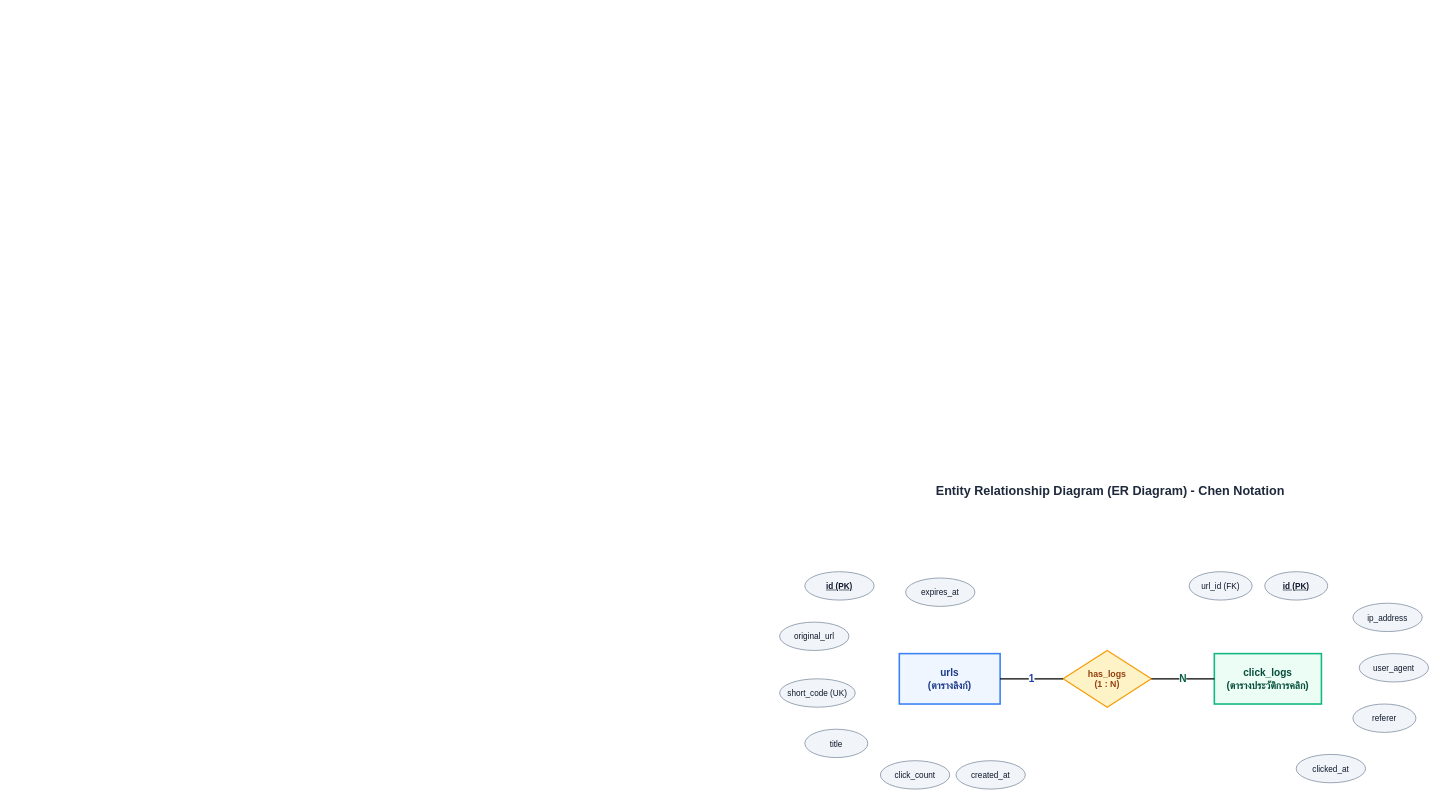
Peerapat2256/synerrytest_Short_URL- keeps this draw.io diagram as er_diagram.drawio. Above is the earlier version. Source tidied: cells renumbered, new cells numbered last; positions are measured from the earlier drawing's top-left corner, leaving out a move shared by most shapes. Both pictures are drawn from the tidied source at 63%, with x=0, y=0 at pixel (779, 477).
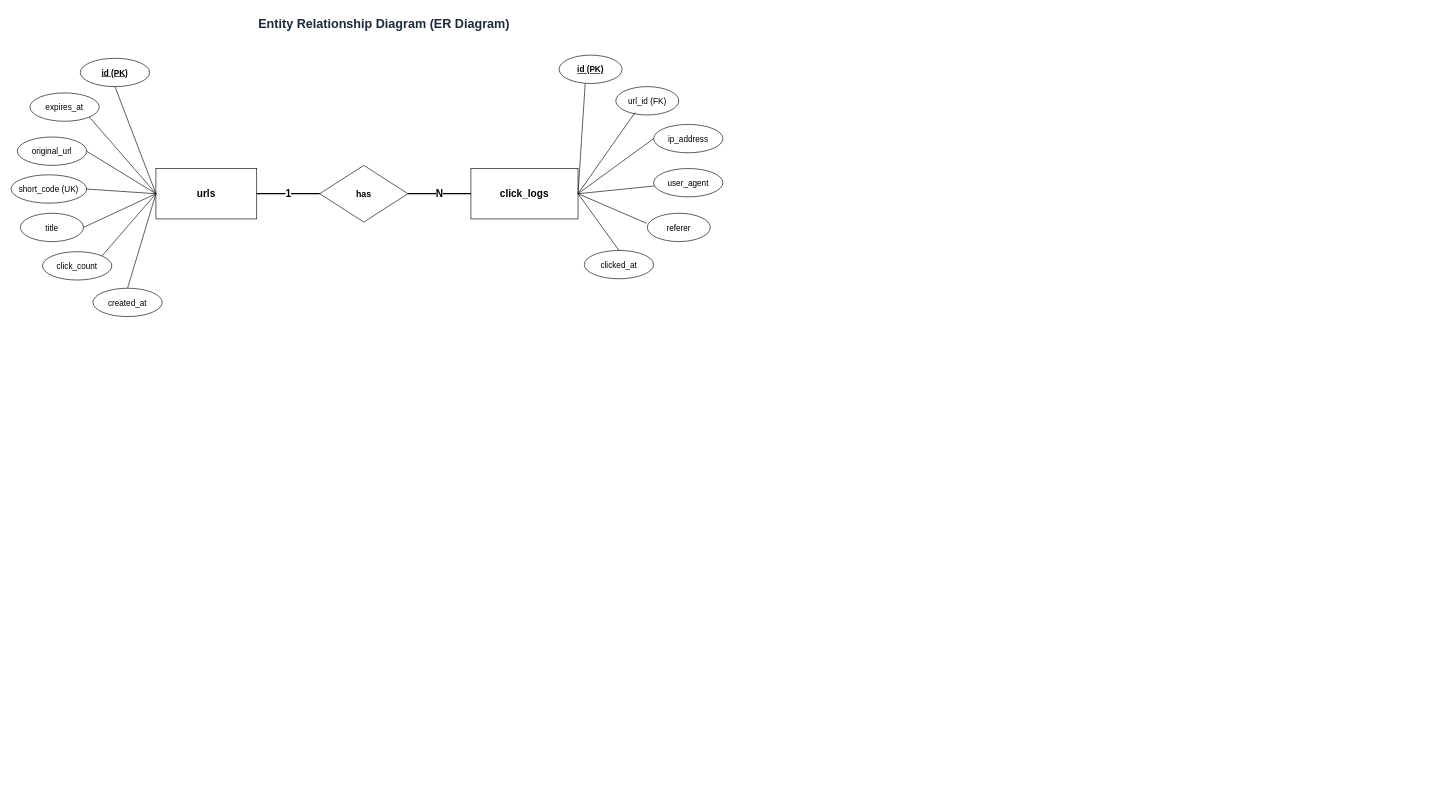
After the change.

Commit message (it also covers changes not shown here):
feat: add click_logs viewer modal and API endpoint

What changed in the source:
```diff
@@
-    <mxCell id="2" value="Entity Relationship Diagram (ER Diagram) - Chen Notation" style="text;html=1;strokeColor=none;fillColor=none;align=center;verticalAlign=middle;whiteSpace=wrap;rounded=0;fontSize=20;fontStyle=1;fontColor=#1E293B;" parent="1" vertex="1">
-      <mxGeometry x="190" width="670" height="40" as="geometry" />
+    <mxCell id="2" value="Entity Relationship Diagram (ER Diagram)&amp;nbsp;" style="text;html=1;strokeColor=none;fillColor=none;align=center;verticalAlign=middle;whiteSpace=wrap;rounded=0;fontSize=20;fontStyle=1;fontColor=#1E293B;" parent="1" vertex="1">
+      <mxGeometry x="-960" y="-740" width="670" height="40" as="geometry" />
     </mxCell>
-    <mxCell id="3" value="urls&#10;(ตารางลิงก์)" style="rounded=0;whiteSpace=wrap;html=1;fontStyle=1;fontSize=16;fillColor=#EFF6FF;strokeColor=#3B82F6;strokeWidth=2.5;fontColor=#1E3A8A;" parent="1" vertex="1">
-      <mxGeometry x="190" y="280" width="160" height="80" as="geometry" />
+    <mxCell id="3" value="urls" style="rounded=0;whiteSpace=wrap;html=1;fontStyle=1;fontSize=16;strokeWidth=1;" parent="1" vertex="1">
+      <mxGeometry x="-990" y="-490" width="160" height="80" as="geometry" />
     </mxCell>
-    <mxCell id="4" value="has_logs&#10;(1 : N)" style="rhombus;whiteSpace=wrap;html=1;fontStyle=1;fontSize=14;fillColor=#FEF3C7;strokeColor=#F59E0B;strokeWidth=2;fontColor=#92400E;" parent="1" vertex="1">
-      <mxGeometry x="450" y="275" width="140" height="90" as="geometry" />
+    <mxCell id="4" value="has" style="rhombus;whiteSpace=wrap;html=1;fontStyle=1;fontSize=14;strokeWidth=1;" parent="1" vertex="1">
+      <mxGeometry x="-730" y="-495" width="140" height="90" as="geometry" />
     </mxCell>
-    <mxCell id="5" value="click_logs&#10;(ตารางประวัติการคลิก)" style="rounded=0;whiteSpace=wrap;html=1;fontStyle=1;fontSize=16;fillColor=#ECFDF5;strokeColor=#10B981;strokeWidth=2.5;fontColor=#064E3B;" parent="1" vertex="1">
-      <mxGeometry x="690" y="280" width="170" height="80" as="geometry" />
+    <mxCell id="5" value="click_logs" style="rounded=0;whiteSpace=wrap;html=1;fontStyle=1;fontSize=16;strokeWidth=1;" parent="1" vertex="1">
+      <mxGeometry x="-490" y="-490" width="170" height="80" as="geometry" />
     </mxCell>
-    <mxCell id="6" value="1" style="endArrow=none;html=1;rounded=0;strokeWidth=2;fontSize=16;fontStyle=1;fontColor=#1E40AF;exitX=1;exitY=0.5;entryX=0;entryY=0.5;" parent="1" edge="1" source="3" target="4">
+    <mxCell id="6" value="1" style="endArrow=none;html=1;rounded=0;strokeWidth=2;fontSize=16;fontStyle=1;fontColor=#000000;exitX=1;exitY=0.5;entryX=0;entryY=0.5;strokeColor=#000000;fillColor=#000000;" parent="1" edge="1" source="3" target="4">
       <mxGeometry relative="1" as="geometry" />
     </mxCell>
-    <mxCell id="7" value="N" style="endArrow=none;html=1;rounded=0;strokeWidth=2;fontSize=16;fontStyle=1;fontColor=#065F46;exitX=1;exitY=0.5;entryX=0;entryY=0.5;" parent="1" edge="1" source="4" target="5">
+    <mxCell id="7" value="N" style="endArrow=none;html=1;rounded=0;strokeWidth=2;fontSize=16;fontStyle=1;fontColor=#000000;exitX=1;exitY=0.5;entryX=0;entryY=0.5;strokeColor=#000000;" parent="1" edge="1" source="4" target="5">
       <mxGeometry relative="1" as="geometry" />
     </mxCell>
-    <mxCell id="8" value="&lt;u&gt;id (PK)&lt;/u&gt;" style="ellipse;whiteSpace=wrap;html=1;fontSize=13;fontStyle=1;fillColor=#F1F5F9;strokeColor=#64748B;fontColor=#0F172A;" parent="1" vertex="1">
-      <mxGeometry x="40" y="150" width="110" height="45" as="geometry" />
+    <mxCell id="8" value="&lt;u&gt;id (PK)&lt;/u&gt;" style="ellipse;whiteSpace=wrap;html=1;fontSize=13;fontStyle=1;" parent="1" vertex="1">
+      <mxGeometry x="-1110" y="-665" width="110" height="45" as="geometry" />
     </mxCell>
@@
-    <mxCell id="10" value="original_url" style="ellipse;whiteSpace=wrap;html=1;fontSize=13;fillColor=#F1F5F9;strokeColor=#64748B;fontColor=#0F172A;" parent="1" vertex="1">
-      <mxGeometry y="230" width="110" height="45" as="geometry" />
+    <mxCell id="10" value="original_url" style="ellipse;whiteSpace=wrap;html=1;fontSize=13;" parent="1" vertex="1">
+      <mxGeometry x="-1210" y="-540" width="110" height="45" as="geometry" />
     </mxCell>
@@
-    <mxCell id="12" value="short_code (UK)" style="ellipse;whiteSpace=wrap;html=1;fontSize=13;fillColor=#F1F5F9;strokeColor=#64748B;fontColor=#0F172A;" parent="1" vertex="1">
-      <mxGeometry y="320" width="120" height="45" as="geometry" />
+    <mxCell id="12" value="short_code (UK)" style="ellipse;whiteSpace=wrap;html=1;fontSize=13;" parent="1" vertex="1">
+      <mxGeometry x="-1220" y="-480" width="120" height="45" as="geometry" />
     </mxCell>
@@
-    <mxCell id="14" value="title" style="ellipse;whiteSpace=wrap;html=1;fontSize=13;fillColor=#F1F5F9;strokeColor=#64748B;fontColor=#0F172A;" parent="1" vertex="1">
-      <mxGeometry x="40" y="400" width="100" height="45" as="geometry" />
+    <mxCell id="14" value="title" style="ellipse;whiteSpace=wrap;html=1;fontSize=13;" parent="1" vertex="1">
+      <mxGeometry x="-1205" y="-419" width="100" height="45" as="geometry" />
     </mxCell>
@@
-    <mxCell id="16" value="click_count" style="ellipse;whiteSpace=wrap;html=1;fontSize=13;fillColor=#F1F5F9;strokeColor=#64748B;fontColor=#0F172A;" parent="1" vertex="1">
-      <mxGeometry x="160" y="450" width="110" height="45" as="geometry" />
+    <mxCell id="16" value="click_count" style="ellipse;whiteSpace=wrap;html=1;fontSize=13;" parent="1" vertex="1">
+      <mxGeometry x="-1170" y="-358" width="110" height="45" as="geometry" />
     </mxCell>
@@
-    <mxCell id="18" value="created_at" style="ellipse;whiteSpace=wrap;html=1;fontSize=13;fillColor=#F1F5F9;strokeColor=#64748B;fontColor=#0F172A;" parent="1" vertex="1">
-      <mxGeometry x="280" y="450" width="110" height="45" as="geometry" />
+    <mxCell id="18" value="created_at" style="ellipse;whiteSpace=wrap;html=1;fontSize=13;" parent="1" vertex="1">
+      <mxGeometry x="-1090" y="-300" width="110" height="45" as="geometry" />
     </mxCell>
@@
-    <mxCell id="20" value="expires_at" style="ellipse;whiteSpace=wrap;html=1;fontSize=13;fillColor=#F1F5F9;strokeColor=#64748B;fontColor=#0F172A;" parent="1" vertex="1">
-      <mxGeometry x="200" y="160" width="110" height="45" as="geometry" />
+    <mxCell id="20" value="expires_at" style="ellipse;whiteSpace=wrap;html=1;fontSize=13;" parent="1" vertex="1">
+      <mxGeometry x="-1190" y="-610" width="110" height="45" as="geometry" />
     </mxCell>
@@
-    <mxCell id="22" value="&lt;u&gt;id (PK)&lt;/u&gt;" style="ellipse;whiteSpace=wrap;html=1;fontSize=13;fontStyle=1;fillColor=#F1F5F9;strokeColor=#64748B;fontColor=#0F172A;" parent="1" vertex="1">
-      <mxGeometry x="770" y="150" width="100" height="45" as="geometry" />
+    <mxCell id="22" value="&lt;u&gt;id (PK)&lt;/u&gt;" style="ellipse;whiteSpace=wrap;html=1;fontSize=13;fontStyle=1;" parent="1" vertex="1">
+      <mxGeometry x="-350" y="-670" width="100" height="45" as="geometry" />
     </mxCell>
@@
-    <mxCell id="24" value="url_id (FK)" style="ellipse;whiteSpace=wrap;html=1;fontSize=13;fillColor=#F1F5F9;strokeColor=#64748B;fontColor=#0F172A;" parent="1" vertex="1">
-      <mxGeometry x="650" y="150" width="100" height="45" as="geometry" />
+    <mxCell id="24" value="url_id (FK)" style="ellipse;whiteSpace=wrap;html=1;fontSize=13;" parent="1" vertex="1">
+      <mxGeometry x="-260" y="-620" width="100" height="45" as="geometry" />
     </mxCell>
@@
-    <mxCell id="26" value="ip_address" style="ellipse;whiteSpace=wrap;html=1;fontSize=13;fillColor=#F1F5F9;strokeColor=#64748B;fontColor=#0F172A;" parent="1" vertex="1">
-      <mxGeometry x="910" y="200" width="110" height="45" as="geometry" />
+    <mxCell id="26" value="ip_address" style="ellipse;whiteSpace=wrap;html=1;fontSize=13;" parent="1" vertex="1">
+      <mxGeometry x="-200" y="-560" width="110" height="45" as="geometry" />
     </mxCell>
@@
-    <mxCell id="28" value="user_agent" style="ellipse;whiteSpace=wrap;html=1;fontSize=13;fillColor=#F1F5F9;strokeColor=#64748B;fontColor=#0F172A;" parent="1" vertex="1">
-      <mxGeometry x="920" y="280" width="110" height="45" as="geometry" />
+    <mxCell id="28" value="user_agent" style="ellipse;whiteSpace=wrap;html=1;fontSize=13;" parent="1" vertex="1">
+      <mxGeometry x="-200" y="-490" width="110" height="45" as="geometry" />
     </mxCell>
@@
-    <mxCell id="30" value="referer" style="ellipse;whiteSpace=wrap;html=1;fontSize=13;fillColor=#F1F5F9;strokeColor=#64748B;fontColor=#0F172A;" parent="1" vertex="1">
-      <mxGeometry x="910" y="360" width="100" height="45" as="geometry" />
+    <mxCell id="30" value="referer" style="ellipse;whiteSpace=wrap;html=1;fontSize=13;" parent="1" vertex="1">
+      <mxGeometry x="-210" y="-419" width="100" height="45" as="geometry" />
     </mxCell>
@@
-    <mxCell id="32" value="clicked_at" style="ellipse;whiteSpace=wrap;html=1;fontSize=13;fillColor=#F1F5F9;strokeColor=#64748B;fontColor=#0F172A;" parent="1" vertex="1">
-      <mxGeometry x="820" y="440" width="110" height="45" as="geometry" />
+    <mxCell id="32" value="clicked_at" style="ellipse;whiteSpace=wrap;html=1;fontSize=13;" parent="1" vertex="1">
+      <mxGeometry x="-310" y="-360" width="110" height="45" as="geometry" />
     </mxCell>
@@
+    <mxCell id="34" style="endArrow=none;html=1;rounded=0;exitX=0;exitY=0.5;exitDx=0;exitDy=0;entryX=0.5;entryY=1;entryDx=0;entryDy=0;" parent="1" edge="1" source="3" target="8">
+      <mxGeometry relative="1" as="geometry" />
+    </mxCell>
+    <mxCell id="35" style="endArrow=none;html=1;rounded=0;exitX=0;exitY=0.5;exitDx=0;exitDy=0;entryX=1;entryY=1;entryDx=0;entryDy=0;" parent="1" edge="1" source="3" target="20">
+      <mxGeometry relative="1" as="geometry" />
+    </mxCell>
+    <mxCell id="36" style="endArrow=none;html=1;rounded=0;exitX=0;exitY=0.5;exitDx=0;exitDy=0;entryX=1;entryY=0.5;entryDx=0;entryDy=0;" parent="1" edge="1" source="3" target="10">
+      <mxGeometry relative="1" as="geometry" />
+    </mxCell>
+    <mxCell id="37" style="endArrow=none;html=1;rounded=0;exitX=0;exitY=0.5;exitDx=0;exitDy=0;entryX=1;entryY=0.5;entryDx=0;entryDy=0;" parent="1" edge="1" source="3" target="12">
+      <mxGeometry relative="1" as="geometry" />
+    </mxCell>
+    <mxCell id="38" style="endArrow=none;html=1;rounded=0;exitX=0;exitY=0.5;exitDx=0;exitDy=0;entryX=1;entryY=0.5;entryDx=0;entryDy=0;" parent="1" edge="1" source="3" target="14">
+      <mxGeometry relative="1" as="geometry" />
+    </mxCell>
+    <mxCell id="39" style="endArrow=none;html=1;rounded=0;exitX=0;exitY=0.5;exitDx=0;exitDy=0;entryX=1;entryY=0;entryDx=0;entryDy=0;" parent="1" edge="1" source="3" target="16">
+      <mxGeometry relative="1" as="geometry" />
+    </mxCell>
+    <mxCell id="40" style="endArrow=none;html=1;rounded=0;exitX=0;exitY=0.5;exitDx=0;exitDy=0;entryX=0.5;entryY=0;entryDx=0;entryDy=0;" parent="1" edge="1" source="3" target="18">
+      <mxGeometry relative="1" as="geometry" />
+    </mxCell>
+    <mxCell id="41" style="endArrow=none;html=1;rounded=0;exitX=1;exitY=0.5;exitDx=0;exitDy=0;entryX=0.414;entryY=0.991;entryDx=0;entryDy=0;entryPerimeter=0;" parent="1" edge="1" source="5" target="22">
+      <mxGeometry relative="1" as="geometry" />
+    </mxCell>
+    <mxCell id="42" style="endArrow=none;html=1;rounded=0;exitX=0.306;exitY=0.911;exitDx=0;exitDy=0;entryX=1;entryY=0.5;entryDx=0;entryDy=0;exitPerimeter=0;" parent="1" edge="1" source="24" target="5">
+      <mxGeometry relative="1" as="geometry" />
+    </mxCell>
+    <mxCell id="43" style="endArrow=none;html=1;rounded=0;exitX=0;exitY=0.5;exitDx=0;exitDy=0;entryX=1;entryY=0.5;entryDx=0;entryDy=0;" parent="1" edge="1" source="26" target="5">
+      <mxGeometry relative="1" as="geometry" />
+    </mxCell>
+    <mxCell id="44" style="endArrow=none;html=1;rounded=0;entryX=1;entryY=0.5;entryDx=0;entryDy=0;" parent="1" edge="1" source="28" target="5">
+      <mxGeometry relative="1" as="geometry" />
+    </mxCell>
+    <mxCell id="45" style="endArrow=none;html=1;rounded=0;exitX=-0.01;exitY=0.356;exitDx=0;exitDy=0;entryX=1;entryY=0.5;entryDx=0;entryDy=0;exitPerimeter=0;" parent="1" edge="1" source="30" target="5">
+      <mxGeometry relative="1" as="geometry" />
+    </mxCell>
+    <mxCell id="46" style="endArrow=none;html=1;rounded=0;exitX=0.5;exitY=0;exitDx=0;exitDy=0;entryX=1;entryY=0.5;entryDx=0;entryDy=0;" parent="1" edge="1" source="32" target="5">
+      <mxGeometry relative="1" as="geometry" />
+    </mxCell>
```
